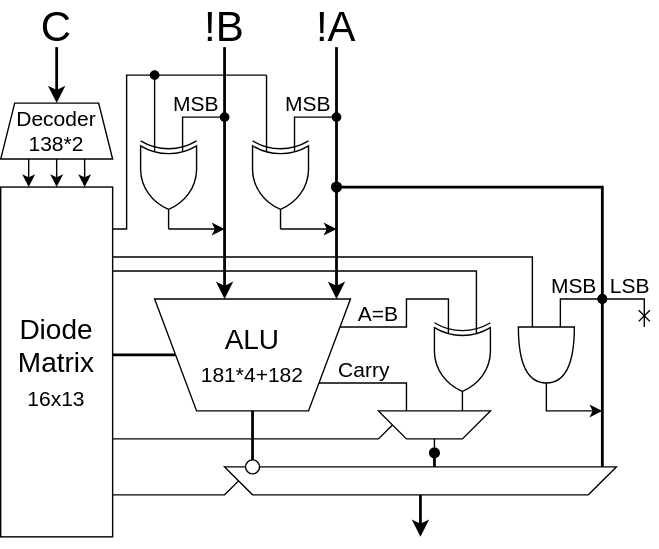
Before: Lab/Computer/RK16/9_Hardware/img/circuit_ALU.dio.svg, a diagram exported from draw.io (amane-uehara/kanade-k-1228.github.io). Source tidied: cells renumbered, new cells last; positions are measured from the earlier drawing's top-left corner, leaving out a move shared by most shapes.
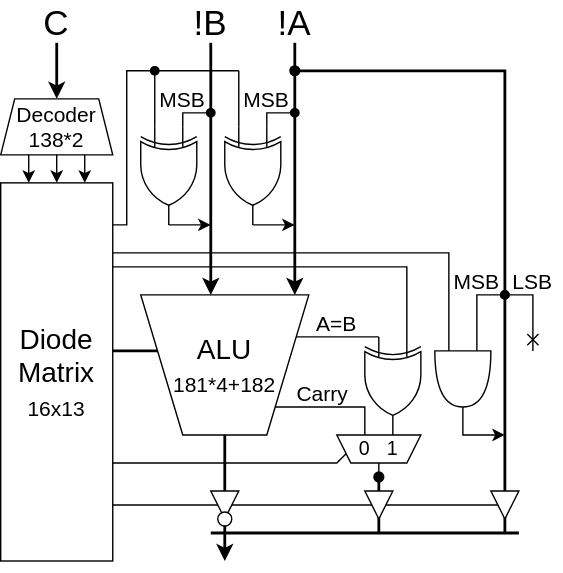
The same file after the commit.

Diff of the diagram source:
```diff
@@ -2,272 +2,300 @@
   <root>
     <mxCell id="0" />
     <mxCell id="1" parent="0" />
+    <mxCell id="49" style="endArrow=none;html=1;fontSize=20;strokeWidth=2;endFill=0;" parent="1" edge="1">
+      <mxGeometry relative="1" as="geometry">
+        <mxPoint x="380" y="350" as="sourcePoint" />
+        <mxPoint x="380" y="370" as="targetPoint" />
+      </mxGeometry>
+    </mxCell>
+    <mxCell id="50" style="endArrow=none;html=1;fontSize=20;strokeWidth=2;endFill=0;" parent="1" edge="1">
+      <mxGeometry relative="1" as="geometry">
+        <mxPoint x="290" y="350" as="sourcePoint" />
+        <mxPoint x="290" y="370" as="targetPoint" />
+      </mxGeometry>
+    </mxCell>
+    <mxCell id="51" style="endArrow=none;html=1;fontSize=20;strokeWidth=2;endFill=0;" parent="1" edge="1">
+      <mxGeometry relative="1" as="geometry">
+        <mxPoint x="180" y="350" as="sourcePoint" />
+        <mxPoint x="180" y="370" as="targetPoint" />
+      </mxGeometry>
+    </mxCell>
+    <mxCell id="44" style="endArrow=none;html=1;fontSize=20;endFill=0;rounded=0;" parent="1" edge="1">
+      <mxGeometry relative="1" as="geometry">
+        <mxPoint x="100" y="320" as="sourcePoint" />
+        <mxPoint x="270" y="310" as="targetPoint" />
+        <Array as="points">
+          <mxPoint x="260" y="320" />
+        </Array>
+      </mxGeometry>
+    </mxCell>
-    <mxCell id="2" value="!A" style="text;html=1;strokeColor=none;fillColor=none;align=center;verticalAlign=middle;whiteSpace=wrap;rounded=0;fontSize=30;" parent="1" vertex="1">
-      <mxGeometry x="220" width="40" height="30" as="geometry" />
+    <mxCell id="2" value="!A" style="text;html=1;strokeColor=none;fillColor=none;align=center;verticalAlign=middle;whiteSpace=wrap;rounded=0;fontSize=25;" parent="1" vertex="1">
+      <mxGeometry x="210" y="-10" width="40" height="30" as="geometry" />
     </mxCell>
     <mxCell id="3" value="MSB" style="text;html=1;strokeColor=none;fillColor=none;align=center;verticalAlign=middle;whiteSpace=wrap;rounded=0;fontSize=15;" parent="1" vertex="1">
-      <mxGeometry x="120" y="60" width="40" height="20" as="geometry" />
+      <mxGeometry x="130" y="50" width="40" height="20" as="geometry" />
     </mxCell>
     <mxCell id="4" style="endArrow=classic;html=1;fontSize=20;strokeWidth=2;" parent="1" edge="1">
       <mxGeometry relative="1" as="geometry">
-        <mxPoint x="160" y="30" as="sourcePoint" />
-        <mxPoint x="160" y="210" as="targetPoint" />
+        <mxPoint x="170" y="20" as="sourcePoint" />
+        <mxPoint x="170" y="200" as="targetPoint" />
       </mxGeometry>
     </mxCell>
     <mxCell id="5" style="endArrow=none;html=1;fontSize=20;rounded=0;endFill=0;" parent="1" edge="1">
       <mxGeometry relative="1" as="geometry">
-        <mxPoint x="80" y="180" as="sourcePoint" />
-        <mxPoint x="380" y="230" as="targetPoint" />
+        <mxPoint x="100" y="170" as="sourcePoint" />
+        <mxPoint x="340" y="240" as="targetPoint" />
         <Array as="points">
-          <mxPoint x="380" y="180" />
+          <mxPoint x="340" y="170" />
         </Array>
       </mxGeometry>
     </mxCell>
     <mxCell id="6" style="endArrow=none;html=1;fontSize=20;strokeWidth=1;startArrow=oval;startFill=1;endFill=0;rounded=0;" parent="1" edge="1">
       <mxGeometry relative="1" as="geometry">
-        <mxPoint x="160" y="80" as="sourcePoint" />
-        <mxPoint x="130" y="90" as="targetPoint" />
+        <mxPoint x="170" y="70" as="sourcePoint" />
+        <mxPoint x="150" y="80" as="targetPoint" />
         <Array as="points">
-          <mxPoint x="130" y="80" />
+          <mxPoint x="150" y="70" />
         </Array>
       </mxGeometry>
     </mxCell>
     <mxCell id="7" value="Decoder&lt;br&gt;138*2" style="shape=trapezoid;perimeter=trapezoidPerimeter;whiteSpace=wrap;html=1;fixedSize=1;direction=east;fontSize=15;size=10;" parent="1" vertex="1">
-      <mxGeometry y="70" width="80" height="40" as="geometry" />
+      <mxGeometry x="20" y="60" width="80" height="40" as="geometry" />
     </mxCell>
     <mxCell id="8" value="Diode&lt;br&gt;Matrix&lt;br&gt;&lt;font style=&quot;font-size: 15px;&quot;&gt;16x13&lt;/font&gt;" style="rounded=0;whiteSpace=wrap;html=1;fontSize=20;" parent="1" vertex="1">
-      <mxGeometry y="130" width="80" height="250" as="geometry" />
+      <mxGeometry x="20" y="120" width="80" height="270" as="geometry" />
     </mxCell>
     <mxCell id="9" style="endArrow=classic;html=1;fontSize=20;" parent="1" edge="1">
       <mxGeometry relative="1" as="geometry">
-        <mxPoint x="20" y="110" as="sourcePoint" />
-        <mxPoint x="20" y="130" as="targetPoint" />
+        <mxPoint x="40" y="100" as="sourcePoint" />
+        <mxPoint x="40" y="120" as="targetPoint" />
       </mxGeometry>
     </mxCell>
     <mxCell id="10" style="endArrow=classic;html=1;fontSize=20;" parent="1" edge="1">
       <mxGeometry relative="1" as="geometry">
-        <mxPoint x="40" y="110" as="sourcePoint" />
-        <mxPoint x="40" y="130" as="targetPoint" />
+        <mxPoint x="60" y="100" as="sourcePoint" />
+        <mxPoint x="60" y="120" as="targetPoint" />
       </mxGeometry>
     </mxCell>
     <mxCell id="11" style="endArrow=classic;html=1;fontSize=20;" parent="1" edge="1">
       <mxGeometry relative="1" as="geometry">
-        <mxPoint x="60" y="110" as="sourcePoint" />
-        <mxPoint x="60" y="130" as="targetPoint" />
+        <mxPoint x="80" y="100" as="sourcePoint" />
+        <mxPoint x="80" y="120" as="targetPoint" />
       </mxGeometry>
     </mxCell>
     <mxCell id="12" style="verticalLabelPosition=bottom;shadow=0;dashed=0;align=center;html=1;verticalAlign=top;shape=mxgraph.electrical.logic_gates.logic_gate;operation=xor;fontSize=20;direction=south;" parent="1" vertex="1">
-      <mxGeometry x="100" y="90" width="40" height="70" as="geometry" />
+      <mxGeometry x="120" y="80" width="40" height="70" as="geometry" />
     </mxCell>
     <mxCell id="13" style="endArrow=classic;html=1;fontSize=20;endFill=1;" parent="1" edge="1">
       <mxGeometry relative="1" as="geometry">
-        <mxPoint x="120" y="160" as="sourcePoint" />
-        <mxPoint x="160" y="160" as="targetPoint" />
+        <mxPoint x="140" y="150" as="sourcePoint" />
+        <mxPoint x="170" y="150" as="targetPoint" />
       </mxGeometry>
     </mxCell>
     <mxCell id="14" style="endArrow=oval;html=1;rounded=0;strokeWidth=1;fontSize=15;startArrow=none;startFill=0;endFill=1;" parent="1" edge="1">
       <mxGeometry relative="1" as="geometry">
-        <mxPoint x="110" y="90" as="sourcePoint" />
-        <mxPoint x="110" y="50" as="targetPoint" />
+        <mxPoint x="130" y="80" as="sourcePoint" />
+        <mxPoint x="130" y="40" as="targetPoint" />
       </mxGeometry>
     </mxCell>
     <mxCell id="15" style="endArrow=none;html=1;rounded=0;strokeWidth=1;fontSize=15;" parent="1" edge="1">
       <mxGeometry relative="1" as="geometry">
-        <mxPoint x="80" y="160" as="sourcePoint" />
-        <mxPoint x="190" y="50" as="targetPoint" />
+        <mxPoint x="100" y="150" as="sourcePoint" />
+        <mxPoint x="190" y="40" as="targetPoint" />
         <Array as="points">
-          <mxPoint x="90" y="160" />
-          <mxPoint x="90" y="50" />
+          <mxPoint x="110" y="150" />
+          <mxPoint x="110" y="40" />
         </Array>
       </mxGeometry>
     </mxCell>
     <mxCell id="16" style="endArrow=none;html=1;fontSize=20;strokeWidth=2;rounded=0;endFill=0;startArrow=oval;startFill=1;" parent="1" edge="1">
       <mxGeometry relative="1" as="geometry">
-        <mxPoint x="240" y="130" as="sourcePoint" />
-        <mxPoint x="430" y="330" as="targetPoint" />
+        <mxPoint x="230" y="40" as="sourcePoint" />
+        <mxPoint x="380" y="340" as="targetPoint" />
         <Array as="points">
-          <mxPoint x="430" y="130" />
+          <mxPoint x="380" y="40" />
         </Array>
       </mxGeometry>
     </mxCell>
     <mxCell id="17" value="MSB" style="text;html=1;strokeColor=none;fillColor=none;align=center;verticalAlign=middle;whiteSpace=wrap;rounded=0;fontSize=15;" parent="1" vertex="1">
-      <mxGeometry x="200" y="60" width="40" height="20" as="geometry" />
+      <mxGeometry x="190" y="50" width="40" height="20" as="geometry" />
     </mxCell>
     <mxCell id="18" style="endArrow=classic;html=1;fontSize=20;strokeWidth=2;" parent="1" edge="1">
       <mxGeometry relative="1" as="geometry">
-        <mxPoint x="240" y="30" as="sourcePoint" />
-        <mxPoint x="240" y="210" as="targetPoint" />
+        <mxPoint x="230" y="20" as="sourcePoint" />
+        <mxPoint x="230" y="200" as="targetPoint" />
       </mxGeometry>
     </mxCell>
     <mxCell id="19" style="endArrow=none;html=1;fontSize=20;strokeWidth=1;startArrow=oval;startFill=1;endFill=0;rounded=0;" parent="1" edge="1">
       <mxGeometry relative="1" as="geometry">
-        <mxPoint x="240" y="80" as="sourcePoint" />
-        <mxPoint x="210" y="90" as="targetPoint" />
+        <mxPoint x="230" y="70" as="sourcePoint" />
+        <mxPoint x="210" y="80" as="targetPoint" />
         <Array as="points">
-          <mxPoint x="210" y="80" />
+          <mxPoint x="210" y="70" />
         </Array>
       </mxGeometry>
     </mxCell>
     <mxCell id="20" style="verticalLabelPosition=bottom;shadow=0;dashed=0;align=center;html=1;verticalAlign=top;shape=mxgraph.electrical.logic_gates.logic_gate;operation=xor;fontSize=20;direction=south;" parent="1" vertex="1">
-      <mxGeometry x="180" y="90" width="40" height="70" as="geometry" />
+      <mxGeometry x="180" y="80" width="40" height="70" as="geometry" />
     </mxCell>
     <mxCell id="21" style="endArrow=classic;html=1;fontSize=20;endFill=1;" parent="1" edge="1">
       <mxGeometry relative="1" as="geometry">
-        <mxPoint x="200" y="160" as="sourcePoint" />
-        <mxPoint x="240" y="160" as="targetPoint" />
+        <mxPoint x="200" y="150" as="sourcePoint" />
+        <mxPoint x="230" y="150" as="targetPoint" />
       </mxGeometry>
     </mxCell>
     <mxCell id="22" style="endArrow=none;html=1;rounded=0;strokeWidth=1;fontSize=15;startArrow=none;startFill=0;endFill=0;" parent="1" edge="1">
       <mxGeometry relative="1" as="geometry">
-        <mxPoint x="190" y="90" as="sourcePoint" />
-        <mxPoint x="190" y="50" as="targetPoint" />
+        <mxPoint x="190" y="80" as="sourcePoint" />
+        <mxPoint x="190" y="40" as="targetPoint" />
       </mxGeometry>
     </mxCell>
-    <mxCell id="23" value="!B" style="text;html=1;strokeColor=none;fillColor=none;align=center;verticalAlign=middle;whiteSpace=wrap;rounded=0;fontSize=30;" parent="1" vertex="1">
-      <mxGeometry x="140" width="40" height="30" as="geometry" />
+    <mxCell id="23" value="!B" style="text;html=1;strokeColor=none;fillColor=none;align=center;verticalAlign=middle;whiteSpace=wrap;rounded=0;fontSize=25;" parent="1" vertex="1">
+      <mxGeometry x="150" y="-10" width="40" height="30" as="geometry" />
     </mxCell>
     <mxCell id="24" style="shape=or;whiteSpace=wrap;html=1;fontSize=40;direction=south;" parent="1" vertex="1">
-      <mxGeometry x="370" y="230" width="40" height="40" as="geometry" />
+      <mxGeometry x="330" y="240" width="40" height="40" as="geometry" />
     </mxCell>
     <mxCell id="25" style="endArrow=none;html=1;fontSize=20;strokeWidth=2;endFill=0;" parent="1" edge="1">
       <mxGeometry relative="1" as="geometry">
-        <mxPoint x="180" y="290" as="sourcePoint" />
-        <mxPoint x="180" y="330" as="targetPoint" />
+        <mxPoint x="180" y="300" as="sourcePoint" />
+        <mxPoint x="180" y="340" as="targetPoint" />
       </mxGeometry>
     </mxCell>
     <mxCell id="26" style="endArrow=none;html=1;fontSize=20;strokeWidth=2;endFill=0;" parent="1" edge="1">
       <mxGeometry relative="1" as="geometry">
-        <mxPoint x="80" y="250" as="sourcePoint" />
-        <mxPoint x="130" y="250" as="targetPoint" />
+        <mxPoint x="100" y="240" as="sourcePoint" />
+        <mxPoint x="140" y="240" as="targetPoint" />
       </mxGeometry>
     </mxCell>
     <mxCell id="27" value="LSB" style="text;html=1;strokeColor=none;fillColor=none;align=center;verticalAlign=middle;whiteSpace=wrap;rounded=0;fontSize=15;" parent="1" vertex="1">
-      <mxGeometry x="430" y="190" width="40" height="20" as="geometry" />
+      <mxGeometry x="380" y="180" width="40" height="20" as="geometry" />
     </mxCell>
     <mxCell id="28" value="MSB" style="text;html=1;strokeColor=none;fillColor=none;align=center;verticalAlign=middle;whiteSpace=wrap;rounded=0;fontSize=15;" parent="1" vertex="1">
-      <mxGeometry x="390" y="190" width="40" height="20" as="geometry" />
+      <mxGeometry x="340" y="180" width="40" height="20" as="geometry" />
     </mxCell>
     <mxCell id="29" style="endArrow=oval;html=1;fontSize=20;endFill=1;rounded=0;startArrow=none;startFill=0;" parent="1" edge="1">
       <mxGeometry relative="1" as="geometry">
-        <mxPoint x="400" y="230" as="sourcePoint" />
-        <mxPoint x="430" y="210" as="targetPoint" />
+        <mxPoint x="360" y="240" as="sourcePoint" />
+        <mxPoint x="380" y="200" as="targetPoint" />
         <Array as="points">
-          <mxPoint x="400" y="210" />
+          <mxPoint x="360" y="200" />
         </Array>
       </mxGeometry>
     </mxCell>
     <mxCell id="30" style="endArrow=oval;html=1;fontSize=20;endFill=1;rounded=0;startArrow=cross;startFill=0;" parent="1" edge="1">
       <mxGeometry relative="1" as="geometry">
-        <mxPoint x="460" y="230" as="sourcePoint" />
-        <mxPoint x="430" y="210" as="targetPoint" />
+        <mxPoint x="400" y="240" as="sourcePoint" />
+        <mxPoint x="380" y="200" as="targetPoint" />
         <Array as="points">
-          <mxPoint x="460" y="210" />
+          <mxPoint x="400" y="200" />
         </Array>
       </mxGeometry>
     </mxCell>
     <mxCell id="31" style="endArrow=classic;html=1;fontSize=20;endFill=1;rounded=0;" parent="1" edge="1">
       <mxGeometry relative="1" as="geometry">
-        <mxPoint x="390" y="270" as="sourcePoint" />
-        <mxPoint x="430" y="290" as="targetPoint" />
+        <mxPoint x="350" y="280" as="sourcePoint" />
+        <mxPoint x="380" y="300" as="targetPoint" />
         <Array as="points">
-          <mxPoint x="390" y="290" />
+          <mxPoint x="350" y="300" />
         </Array>
       </mxGeometry>
     </mxCell>
     <mxCell id="32" style="endArrow=classic;html=1;fontSize=20;strokeWidth=2;" parent="1" edge="1">
       <mxGeometry relative="1" as="geometry">
-        <mxPoint x="40" y="30" as="sourcePoint" />
-        <mxPoint x="40" y="70" as="targetPoint" />
+        <mxPoint x="60" y="20" as="sourcePoint" />
+        <mxPoint x="60" y="60" as="targetPoint" />
       </mxGeometry>
     </mxCell>
-    <mxCell id="33" value="C" style="text;html=1;strokeColor=none;fillColor=none;align=center;verticalAlign=middle;whiteSpace=wrap;rounded=0;fontSize=30;" parent="1" vertex="1">
-      <mxGeometry x="20" width="40" height="30" as="geometry" />
+    <mxCell id="33" value="C" style="text;html=1;strokeColor=none;fillColor=none;align=center;verticalAlign=middle;whiteSpace=wrap;rounded=0;fontSize=25;" parent="1" vertex="1">
+      <mxGeometry x="40" y="-10" width="40" height="30" as="geometry" />
     </mxCell>
     <mxCell id="34" style="endArrow=none;html=1;fontSize=20;endFill=0;rounded=0;" parent="1" edge="1">
       <mxGeometry relative="1" as="geometry">
-        <mxPoint x="220" y="270" as="sourcePoint" />
-        <mxPoint x="290" y="290" as="targetPoint" />
+        <mxPoint x="210" y="280" as="sourcePoint" />
+        <mxPoint x="280" y="300" as="targetPoint" />
         <Array as="points">
-          <mxPoint x="290" y="270" />
+          <mxPoint x="280" y="280" />
         </Array>
       </mxGeometry>
     </mxCell>
     <mxCell id="35" value="A=B" style="text;html=1;strokeColor=none;fillColor=none;align=center;verticalAlign=middle;whiteSpace=wrap;rounded=0;fontSize=15;" parent="1" vertex="1">
-      <mxGeometry x="250" y="210" width="40" height="20" as="geometry" />
+      <mxGeometry x="240" y="210" width="40" height="20" as="geometry" />
     </mxCell>
-    <mxCell id="36" style="shape=trapezoid;perimeter=trapezoidPerimeter;whiteSpace=wrap;html=1;fixedSize=1;direction=west;fontSize=15;size=20;" parent="1" vertex="1">
-      <mxGeometry x="270" y="290" width="80" height="20" as="geometry" />
+    <mxCell id="36" style="shape=trapezoid;perimeter=trapezoidPerimeter;whiteSpace=wrap;html=1;fixedSize=1;direction=west;fontSize=15;size=10;" parent="1" vertex="1">
+      <mxGeometry x="260" y="300" width="60" height="20" as="geometry" />
     </mxCell>
     <mxCell id="37" style="verticalLabelPosition=bottom;shadow=0;dashed=0;align=center;html=1;verticalAlign=top;shape=mxgraph.electrical.logic_gates.logic_gate;operation=xor;fontSize=20;direction=south;" parent="1" vertex="1">
-      <mxGeometry x="310" y="220" width="40" height="70" as="geometry" />
+      <mxGeometry x="280" y="230" width="40" height="70" as="geometry" />
     </mxCell>
     <mxCell id="38" style="endArrow=none;html=1;fontSize=20;endFill=0;rounded=0;" parent="1" edge="1">
       <mxGeometry relative="1" as="geometry">
-        <mxPoint x="240" y="230" as="sourcePoint" />
-        <mxPoint x="320" y="220" as="targetPoint" />
-        <Array as="points">
-          <mxPoint x="290" y="230" />
-          <mxPoint x="290" y="210" />
-          <mxPoint x="320" y="210" />
-        </Array>
+        <mxPoint x="230" y="230" as="sourcePoint" />
+        <mxPoint x="290" y="230" as="targetPoint" />
       </mxGeometry>
     </mxCell>
     <mxCell id="39" style="endArrow=none;html=1;fontSize=20;strokeWidth=2;startArrow=oval;startFill=1;endFill=0;" parent="1" edge="1">
       <mxGeometry relative="1" as="geometry">
-        <mxPoint x="310" y="320" as="sourcePoint" />
-        <mxPoint x="310" y="330" as="targetPoint" />
+        <mxPoint x="290" y="330" as="sourcePoint" />
+        <mxPoint x="290" y="340" as="targetPoint" />
       </mxGeometry>
     </mxCell>
     <mxCell id="40" style="endArrow=none;html=1;fontSize=20;endFill=0;rounded=0;" parent="1" edge="1">
       <mxGeometry relative="1" as="geometry">
-        <mxPoint x="310" y="310" as="sourcePoint" />
-        <mxPoint x="310" y="320" as="targetPoint" />
+        <mxPoint x="290" y="320" as="sourcePoint" />
+        <mxPoint x="290" y="330" as="targetPoint" />
       </mxGeometry>
     </mxCell>
     <mxCell id="41" value="Carry" style="text;html=1;strokeColor=none;fillColor=none;align=center;verticalAlign=middle;whiteSpace=wrap;rounded=0;fontSize=15;" parent="1" vertex="1">
-      <mxGeometry x="240" y="250" width="40" height="20" as="geometry" />
+      <mxGeometry x="230" y="260" width="40" height="20" as="geometry" />
     </mxCell>
     <mxCell id="42" value="ALU&lt;br&gt;&lt;font style=&quot;font-size: 15px;&quot;&gt;181*4+182&lt;/font&gt;" style="shape=trapezoid;perimeter=trapezoidPerimeter;whiteSpace=wrap;html=1;fixedSize=1;direction=west;fontSize=20;size=30;" parent="1" vertex="1">
-      <mxGeometry x="110" y="210" width="140" height="80" as="geometry" />
+      <mxGeometry x="120" y="200" width="120" height="100" as="geometry" />
     </mxCell>
     <mxCell id="43" style="endArrow=none;html=1;fontSize=20;rounded=0;endFill=0;" parent="1" edge="1">
       <mxGeometry relative="1" as="geometry">
-        <mxPoint x="80" y="190" as="sourcePoint" />
-        <mxPoint x="340" y="220" as="targetPoint" />
+        <mxPoint x="100" y="180" as="sourcePoint" />
+        <mxPoint x="310" y="230" as="targetPoint" />
         <Array as="points">
-          <mxPoint x="340" y="190" />
+          <mxPoint x="310" y="180" />
         </Array>
       </mxGeometry>
     </mxCell>
-    <mxCell id="44" style="endArrow=none;html=1;fontSize=20;endFill=0;rounded=0;" parent="1" edge="1">
-      <mxGeometry relative="1" as="geometry">
-        <mxPoint x="80" y="310" as="sourcePoint" />
-        <mxPoint x="280" y="300" as="targetPoint" />
-        <Array as="points">
-          <mxPoint x="270" y="310" />
-        </Array>
-      </mxGeometry>
-    </mxCell>
     <mxCell id="45" style="endArrow=classic;html=1;fontSize=20;strokeWidth=2;" parent="1" edge="1">
       <mxGeometry relative="1" as="geometry">
-        <mxPoint x="300" y="350" as="sourcePoint" />
-        <mxPoint x="300" y="380" as="targetPoint" />
+        <mxPoint x="180" y="370" as="sourcePoint" />
+        <mxPoint x="180" y="390" as="targetPoint" />
       </mxGeometry>
     </mxCell>
-    <mxCell id="46" style="shape=trapezoid;perimeter=trapezoidPerimeter;whiteSpace=wrap;html=1;fixedSize=1;direction=west;fontSize=15;size=20;" parent="1" vertex="1">
-      <mxGeometry x="160" y="330" width="280" height="20" as="geometry" />
-    </mxCell>
     <mxCell id="47" style="endArrow=none;html=1;fontSize=20;endFill=0;rounded=0;" parent="1" edge="1">
       <mxGeometry relative="1" as="geometry">
-        <mxPoint x="80" y="350" as="sourcePoint" />
-        <mxPoint x="170" y="340" as="targetPoint" />
-        <Array as="points">
-          <mxPoint x="160" y="350" />
-        </Array>
+        <mxPoint x="100" y="350" as="sourcePoint" />
+        <mxPoint x="380" y="350" as="targetPoint" />
       </mxGeometry>
     </mxCell>
+    <mxCell id="52" value="0" style="text;html=1;strokeColor=none;fillColor=none;align=center;verticalAlign=middle;whiteSpace=wrap;rounded=0;fontSize=14;" parent="1" vertex="1">
+      <mxGeometry x="270" y="300" width="20" height="20" as="geometry" />
+    </mxCell>
+    <mxCell id="53" value="1" style="text;html=1;strokeColor=none;fillColor=none;align=center;verticalAlign=middle;whiteSpace=wrap;rounded=0;fontSize=14;" parent="1" vertex="1">
+      <mxGeometry x="290" y="300" width="20" height="20" as="geometry" />
+    </mxCell>
+    <mxCell id="54" style="triangle;whiteSpace=wrap;html=1;fontSize=14;direction=south;" parent="1" vertex="1">
+      <mxGeometry x="370" y="340" width="20" height="20" as="geometry" />
+    </mxCell>
+    <mxCell id="55" style="triangle;whiteSpace=wrap;html=1;fontSize=14;direction=south;" parent="1" vertex="1">
+      <mxGeometry x="280" y="340" width="20" height="20" as="geometry" />
+    </mxCell>
+    <mxCell id="56" style="triangle;whiteSpace=wrap;html=1;fontSize=14;direction=south;" parent="1" vertex="1">
+      <mxGeometry x="170" y="340" width="20" height="20" as="geometry" />
+    </mxCell>
     <mxCell id="48" style="ellipse;whiteSpace=wrap;html=1;" parent="1" vertex="1">
-      <mxGeometry x="175" y="325" width="10" height="10" as="geometry" />
+      <mxGeometry x="175" y="355" width="10" height="10" as="geometry" />
     </mxCell>
+    <mxCell id="57" style="endArrow=none;html=1;fontSize=20;strokeWidth=2;endFill=0;" parent="1" edge="1">
+      <mxGeometry relative="1" as="geometry">
+        <mxPoint x="170" y="370" as="sourcePoint" />
+        <mxPoint x="390" y="370" as="targetPoint" />
+      </mxGeometry>
+    </mxCell>
   </root>
 </mxGraphModel>
```
